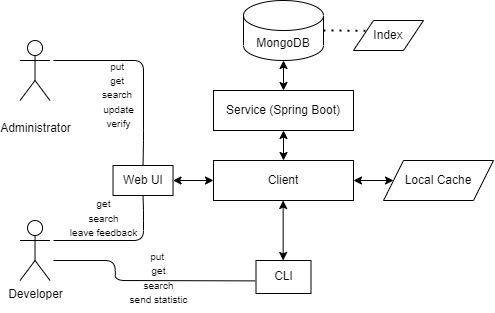
This is project proposal/arch.png from andrewt0301/pattern-store, a draw.io export, as it was before one commit. Source tidied: cells renumbered, new cells last; positions are measured from the earlier drawing's top-left corner, leaving out a move shared by most shapes. Its diagram source:
```xml
<mxGraphModel>
  <root>
    <mxCell id="0" />
    <mxCell id="1" parent="0" />
    <mxCell id="2" value="MongoDB" style="shape=cylinder3;whiteSpace=wrap;html=1;boundedLbl=1;backgroundOutline=1;size=15;" parent="1" vertex="1">
      <mxGeometry x="223" width="80" height="60" as="geometry" />
    </mxCell>
    <mxCell id="3" value="Local Cache" style="shape=parallelogram;perimeter=parallelogramPerimeter;whiteSpace=wrap;html=1;fixedSize=1;" parent="1" vertex="1">
      <mxGeometry x="363" y="160" width="110" height="40" as="geometry" />
    </mxCell>
    <mxCell id="4" value="Service (Spring Boot)" style="rounded=0;whiteSpace=wrap;html=1;" parent="1" vertex="1">
      <mxGeometry x="193" y="90" width="140" height="40" as="geometry" />
    </mxCell>
    <mxCell id="5" value="&lt;div style=&quot;text-align: justify&quot;&gt;&lt;span&gt;Client&lt;/span&gt;&lt;/div&gt;" style="rounded=0;whiteSpace=wrap;html=1;" parent="1" vertex="1">
      <mxGeometry x="193" y="160" width="140" height="40" as="geometry" />
    </mxCell>
    <mxCell id="6" value="&lt;br&gt;Administrator" style="shape=umlActor;verticalLabelPosition=bottom;verticalAlign=top;html=1;" parent="1" vertex="1">
      <mxGeometry x="-0.5" y="40" width="30" height="60" as="geometry" />
    </mxCell>
    <mxCell id="7" style="endArrow=none;html=1;entryX=-0.015;entryY=0.618;entryDx=0;entryDy=0;entryPerimeter=0;" parent="1" edge="1" target="16">
      <mxGeometry relative="1" as="geometry">
        <mxPoint x="33" y="260" as="sourcePoint" />
        <Array as="points">
          <mxPoint x="94.5" y="260" />
          <mxPoint x="95" y="280" />
        </Array>
      </mxGeometry>
    </mxCell>
    <mxCell id="8" value="&lt;font style=&quot;font-size: 10px&quot;&gt;put &lt;br&gt;get&lt;br&gt;search&lt;br&gt;send statistic&lt;br&gt;&lt;/font&gt;" style="text;html=1;align=center;verticalAlign=middle;strokeColor=none;" parent="1" vertex="1">
      <mxGeometry x="103" y="241.5" width="70" height="70" as="geometry" />
    </mxCell>
    <mxCell id="9" value="Developer" style="shape=umlActor;verticalLabelPosition=bottom;verticalAlign=top;html=1;" parent="1" vertex="1">
      <mxGeometry x="-0.5" y="220" width="30" height="60" as="geometry" />
    </mxCell>
    <mxCell id="10" style="endArrow=classic;startArrow=classic;html=1;exitX=0.5;exitY=0;exitDx=0;exitDy=0;entryX=0.5;entryY=1;entryDx=0;entryDy=0;entryPerimeter=0;" parent="1" edge="1" source="4" target="2">
      <mxGeometry relative="1" as="geometry">
        <Array as="points">
          <mxPoint x="263" y="90" />
        </Array>
      </mxGeometry>
    </mxCell>
    <mxCell id="11" style="endArrow=classic;startArrow=classic;html=1;entryX=0.5;entryY=1;entryDx=0;entryDy=0;" parent="1" edge="1" target="4">
      <mxGeometry relative="1" as="geometry">
        <mxPoint x="263" y="160" as="sourcePoint" />
      </mxGeometry>
    </mxCell>
    <mxCell id="12" value="&lt;font style=&quot;font-size: 10px&quot;&gt;put &lt;br&gt;get &lt;br&gt;search&amp;nbsp;&lt;br&gt;update&lt;br&gt;verify&lt;/font&gt;" style="text;html=1;align=center;verticalAlign=middle;strokeColor=none;" parent="1" vertex="1">
      <mxGeometry x="73" y="54" width="50" height="80" as="geometry" />
    </mxCell>
    <mxCell id="13" style="endArrow=none;html=1;entryX=0.5;entryY=0;entryDx=0;entryDy=0;" parent="1" edge="1" target="20">
      <mxGeometry relative="1" as="geometry">
        <mxPoint x="33" y="60" as="sourcePoint" />
        <Array as="points">
          <mxPoint x="89.5" y="60" />
          <mxPoint x="123" y="60" />
          <mxPoint x="123" y="140" />
        </Array>
      </mxGeometry>
    </mxCell>
    <mxCell id="14" value="&lt;br&gt;&lt;font style=&quot;font-size: 10px&quot;&gt;get&lt;br&gt;search&lt;br&gt;leave feedback&lt;/font&gt;" style="text;html=1;align=center;verticalAlign=middle;strokeColor=none;" parent="1" vertex="1">
      <mxGeometry x="43" y="175" width="80" height="70" as="geometry" />
    </mxCell>
    <mxCell id="15" style="endArrow=none;html=1;entryX=0.5;entryY=1;entryDx=0;entryDy=0;" parent="1" edge="1" target="20">
      <mxGeometry relative="1" as="geometry">
        <mxPoint x="33" y="240" as="sourcePoint" />
        <Array as="points">
          <mxPoint x="89.5" y="240" />
          <mxPoint x="123" y="240" />
          <mxPoint x="123" y="210" />
        </Array>
      </mxGeometry>
    </mxCell>
    <mxCell id="16" value="CLI" style="rounded=0;whiteSpace=wrap;html=1;" parent="1" vertex="1">
      <mxGeometry x="235.5" y="260" width="55" height="33" as="geometry" />
    </mxCell>
    <mxCell id="17" style="endArrow=classic;startArrow=classic;html=1;rounded=0;" parent="1" edge="1">
      <mxGeometry relative="1" as="geometry">
        <mxPoint x="262.7" y="260" as="sourcePoint" />
        <mxPoint x="262.7" y="200" as="targetPoint" />
      </mxGeometry>
    </mxCell>
    <mxCell id="18" value="Index" style="shape=parallelogram;perimeter=parallelogramPerimeter;whiteSpace=wrap;html=1;fixedSize=1;" parent="1" vertex="1">
      <mxGeometry x="333" y="20" width="70" height="30" as="geometry" />
    </mxCell>
    <mxCell id="19" style="endArrow=none;dashed=1;html=1;dashPattern=1 3;strokeWidth=2;rounded=0;exitX=1;exitY=0.5;exitDx=0;exitDy=0;exitPerimeter=0;entryX=0;entryY=0.25;entryDx=0;entryDy=0;" parent="1" edge="1" source="2" target="18">
      <mxGeometry relative="1" as="geometry" />
    </mxCell>
    <mxCell id="20" value="&lt;font style=&quot;font-size: 12px&quot;&gt;Web UI&lt;/font&gt;" style="rounded=0;whiteSpace=wrap;html=1;fontSize=10;" parent="1" vertex="1">
      <mxGeometry x="92.5" y="165" width="60" height="30" as="geometry" />
    </mxCell>
    <mxCell id="21" style="endArrow=classic;startArrow=classic;html=1;rounded=0;fontSize=12;exitX=1;exitY=0.5;exitDx=0;exitDy=0;entryX=0;entryY=0.5;entryDx=0;entryDy=0;" parent="1" edge="1" source="5" target="3">
      <mxGeometry relative="1" as="geometry" />
    </mxCell>
    <mxCell id="22" style="endArrow=classic;startArrow=classic;html=1;rounded=0;fontSize=12;exitX=1;exitY=0.5;exitDx=0;exitDy=0;entryX=0;entryY=0.5;entryDx=0;entryDy=0;" parent="1" edge="1" source="20" target="5">
      <mxGeometry relative="1" as="geometry" />
    </mxCell>
  </root>
</mxGraphModel>
```
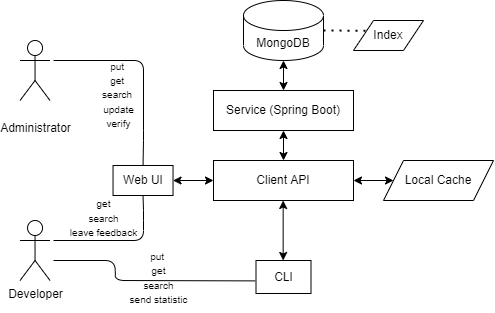
Later version of the same file.

Commit message:
Refactor client section

What changed in the source:
```diff
@@ -11,7 +11,7 @@
     <mxCell id="4" value="Service (Spring Boot)" style="rounded=0;whiteSpace=wrap;html=1;" parent="1" vertex="1">
       <mxGeometry x="193" y="90" width="140" height="40" as="geometry" />
     </mxCell>
-    <mxCell id="5" value="&lt;div style=&quot;text-align: justify&quot;&gt;&lt;span&gt;Client&lt;/span&gt;&lt;/div&gt;" style="rounded=0;whiteSpace=wrap;html=1;" parent="1" vertex="1">
+    <mxCell id="5" value="&lt;div style=&quot;text-align: justify&quot;&gt;&lt;span&gt;Client API&lt;/span&gt;&lt;/div&gt;" style="rounded=0;whiteSpace=wrap;html=1;" parent="1" vertex="1">
       <mxGeometry x="193" y="160" width="140" height="40" as="geometry" />
     </mxCell>
     <mxCell id="6" value="&lt;br&gt;Administrator" style="shape=umlActor;verticalLabelPosition=bottom;verticalAlign=top;html=1;" parent="1" vertex="1">
```
